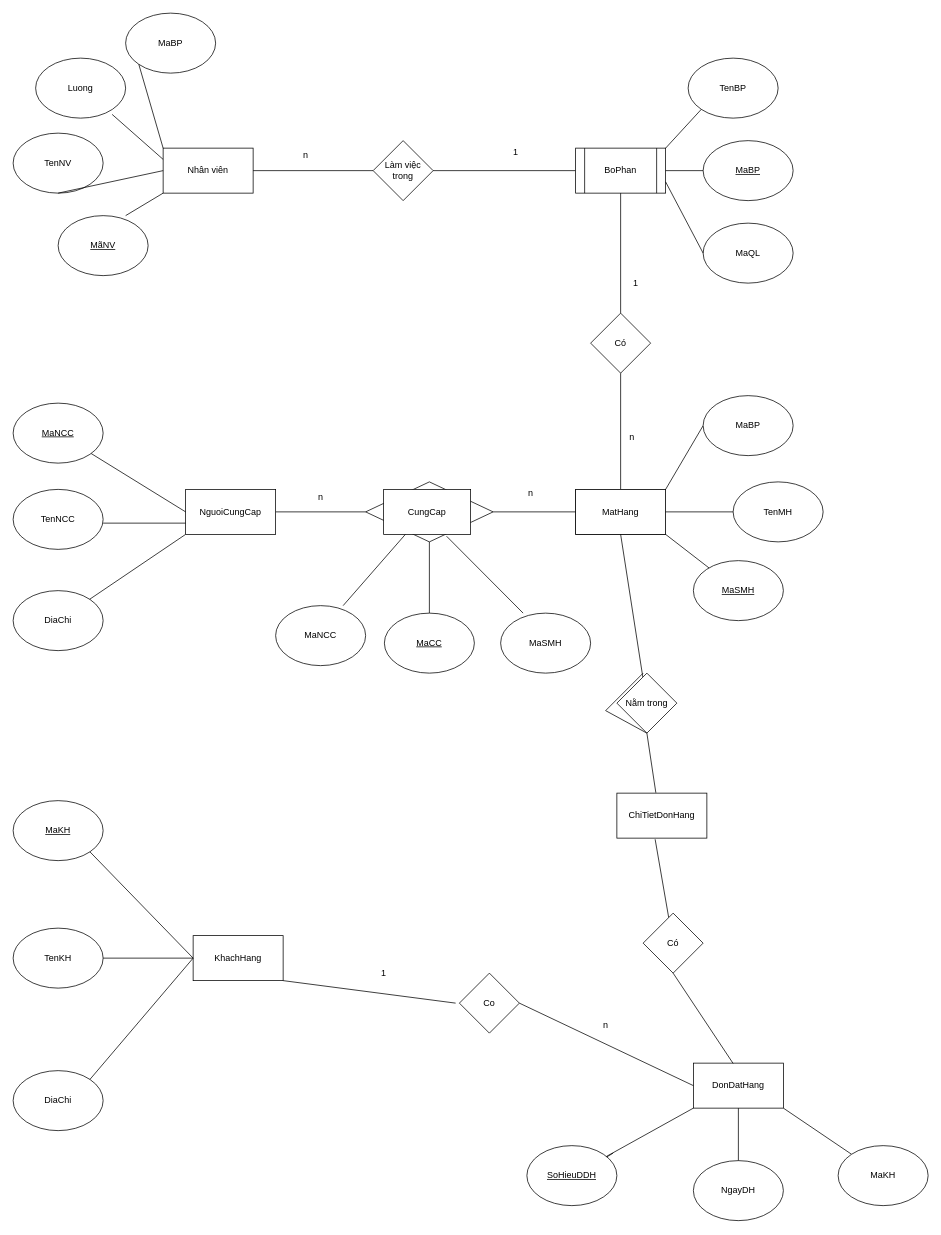
Earlier version of the draw.io diagram Untitled Diagram.drawio (truongtamthanh2004/Database). Source tidied: cells renumbered, new cells numbered last; positions are measured from the earlier drawing's top-left corner, leaving out a move shared by most shapes. Both pictures are drawn from the tidied source at 75%, with x=0, y=0 at pixel (13, 13).
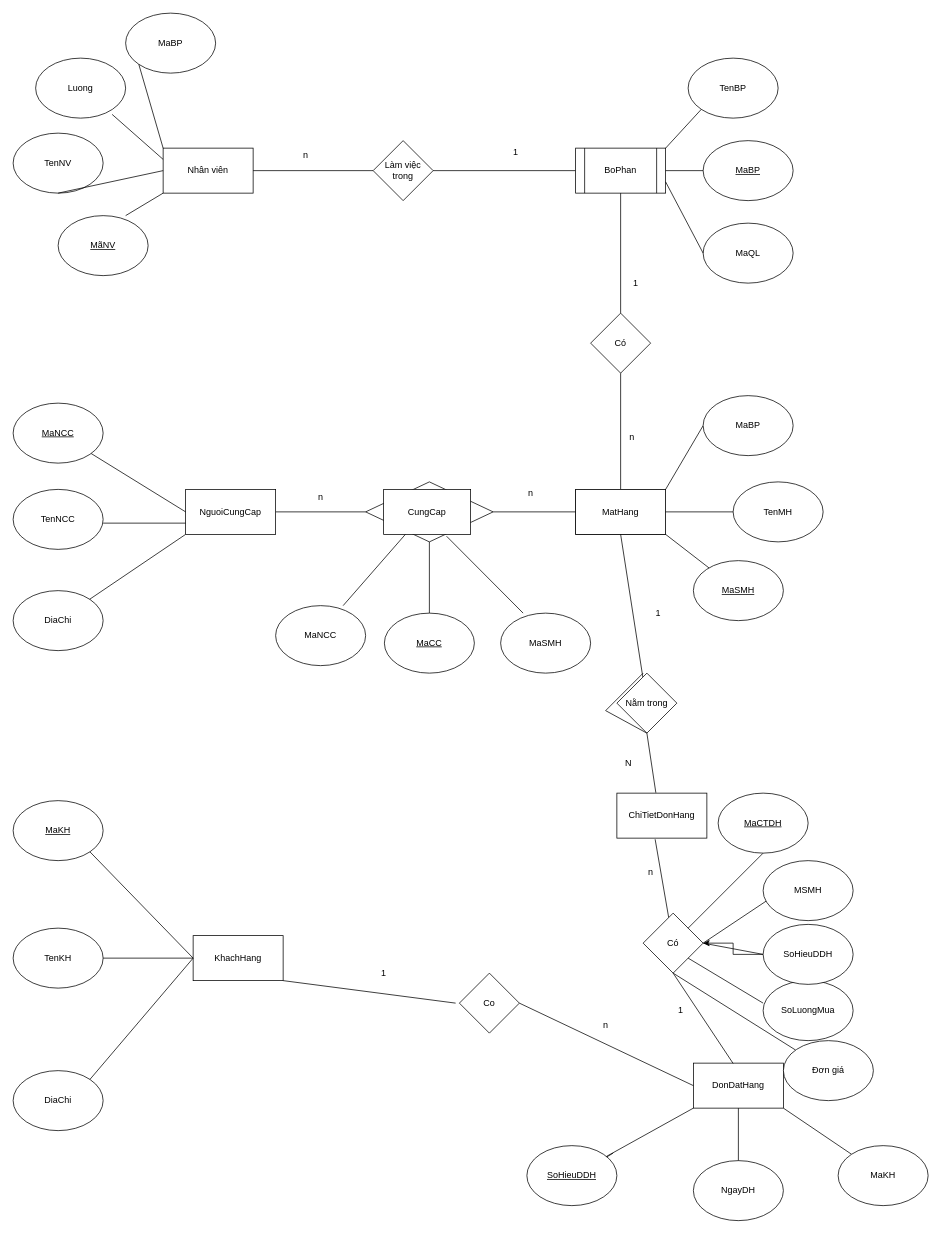
The same diagram, later.

Unchanged cells that the change refers to:
```xml
<mxCell id="82" value="Có" style="rhombus;whiteSpace=wrap;html=1;" parent="1" vertex="1">
  <mxGeometry x="840" y="1200" width="80" height="80" as="geometry" />
</mxCell>
```

Change to the diagram source:
```diff
@@
+    <mxCell id="84" style="endArrow=none;html=1;rounded=0;exitX=1;exitY=0;exitDx=0;exitDy=0;" parent="1" edge="1" source="82">
+      <mxGeometry relative="1" as="geometry">
+        <mxPoint x="1000" y="1120" as="targetPoint" />
+      </mxGeometry>
+    </mxCell>
+    <mxCell id="85" style="endArrow=none;html=1;rounded=0;exitX=1;exitY=0.5;exitDx=0;exitDy=0;" parent="1" edge="1" source="82">
+      <mxGeometry relative="1" as="geometry">
+        <mxPoint x="1010" y="1180" as="targetPoint" />
+      </mxGeometry>
+    </mxCell>
+    <mxCell id="86" style="endArrow=none;html=1;rounded=0;exitX=1;exitY=0.5;exitDx=0;exitDy=0;entryX=0;entryY=0.5;entryDx=0;entryDy=0;" parent="1" edge="1" source="82" target="92">
+      <mxGeometry relative="1" as="geometry" />
+    </mxCell>
+    <mxCell id="87" style="endArrow=none;html=1;rounded=0;exitX=1;exitY=1;exitDx=0;exitDy=0;" parent="1" edge="1" source="82">
+      <mxGeometry relative="1" as="geometry">
+        <mxPoint x="1000" y="1320" as="targetPoint" />
+      </mxGeometry>
+    </mxCell>
+    <mxCell id="88" style="endArrow=none;html=1;rounded=0;exitX=0.5;exitY=1;exitDx=0;exitDy=0;" parent="1" edge="1" source="82" target="89">
+      <mxGeometry relative="1" as="geometry" />
+    </mxCell>
+    <mxCell id="89" value="Đơn giá" style="ellipse;whiteSpace=wrap;html=1;" parent="1" vertex="1">
+      <mxGeometry x="1027" y="1370" width="120" height="80" as="geometry" />
+    </mxCell>
+    <mxCell id="90" value="SoLuongMua" style="ellipse;whiteSpace=wrap;html=1;" parent="1" vertex="1">
+      <mxGeometry x="1000" y="1290" width="120" height="80" as="geometry" />
+    </mxCell>
+    <mxCell id="91" style="edgeStyle=orthogonalEdgeStyle;rounded=0;jettySize=auto;html=1;" parent="1" edge="1" source="92" target="82">
+      <mxGeometry relative="1" as="geometry" />
+    </mxCell>
+    <mxCell id="92" value="SoHieuDDH" style="ellipse;whiteSpace=wrap;html=1;" parent="1" vertex="1">
+      <mxGeometry x="1000" y="1215" width="120" height="80" as="geometry" />
+    </mxCell>
+    <mxCell id="93" value="&lt;u&gt;MaCTDH&lt;/u&gt;" style="ellipse;whiteSpace=wrap;html=1;" parent="1" vertex="1">
+      <mxGeometry x="940" y="1040" width="120" height="80" as="geometry" />
+    </mxCell>
+    <mxCell id="94" value="MSMH" style="ellipse;whiteSpace=wrap;html=1;" parent="1" vertex="1">
+      <mxGeometry x="1000" y="1130" width="120" height="80" as="geometry" />
+    </mxCell>
+    <mxCell id="95" value="N" style="text;html=1;align=center;verticalAlign=middle;fillColor=none;strokeColor=none;rounded=0;" parent="1" vertex="1">
+      <mxGeometry x="805" y="985" width="30" height="30" as="geometry" />
+    </mxCell>
+    <mxCell id="96" value="1" style="text;html=1;align=center;verticalAlign=middle;fillColor=none;strokeColor=none;rounded=0;" parent="1" vertex="1">
+      <mxGeometry x="845" y="785" width="30" height="30" as="geometry" />
+    </mxCell>
+    <mxCell id="97" value="n" style="text;html=1;align=center;verticalAlign=middle;fillColor=none;strokeColor=none;rounded=0;" parent="1" vertex="1">
+      <mxGeometry x="835" y="1130" width="30" height="30" as="geometry" />
+    </mxCell>
+    <mxCell id="98" value="1" style="text;html=1;align=center;verticalAlign=middle;fillColor=none;strokeColor=none;rounded=0;" parent="1" vertex="1">
+      <mxGeometry x="875" y="1315" width="30" height="30" as="geometry" />
+    </mxCell>
```
